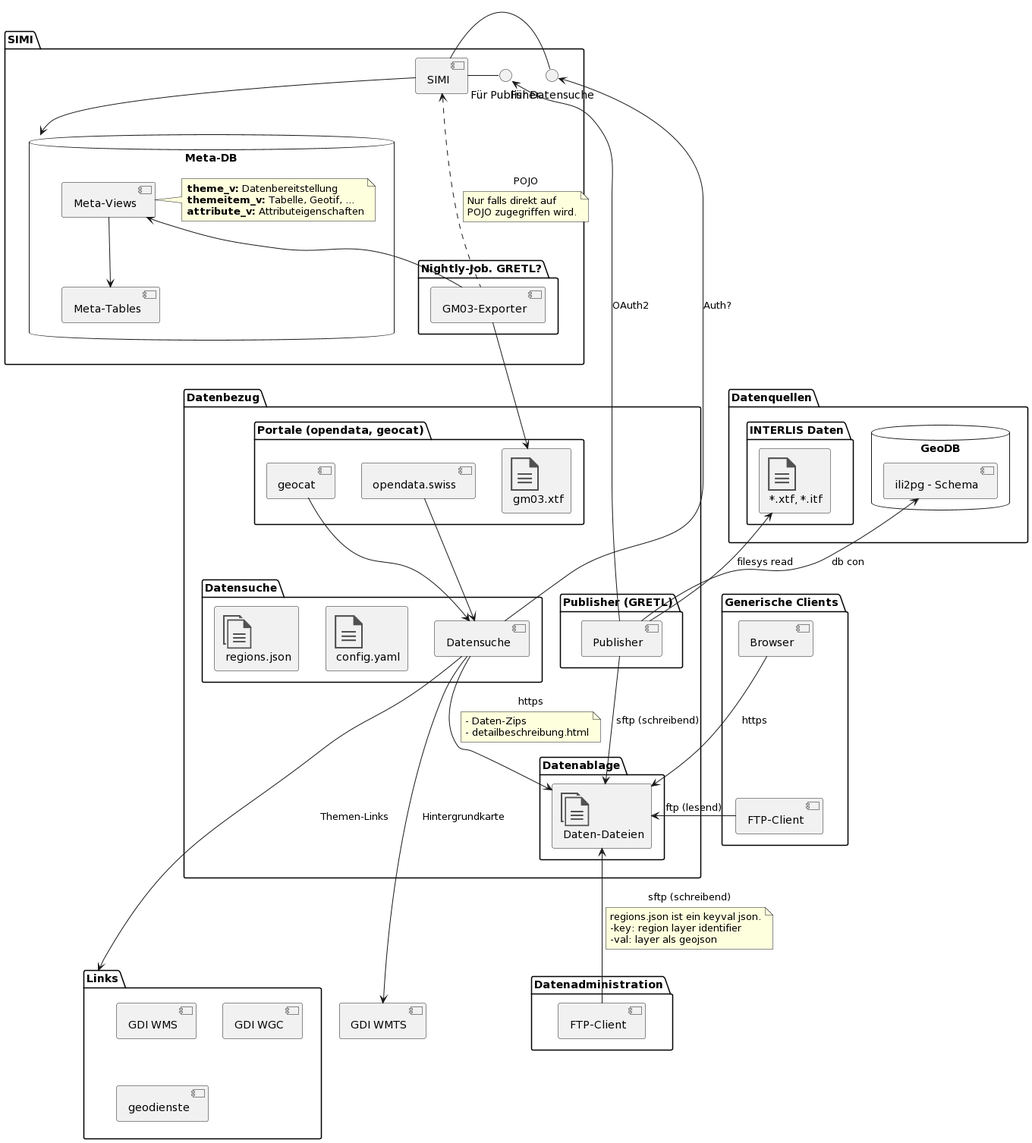
The PlantUML diagram res/uebersicht.png in sogis/p-datenbezug, before a commit.
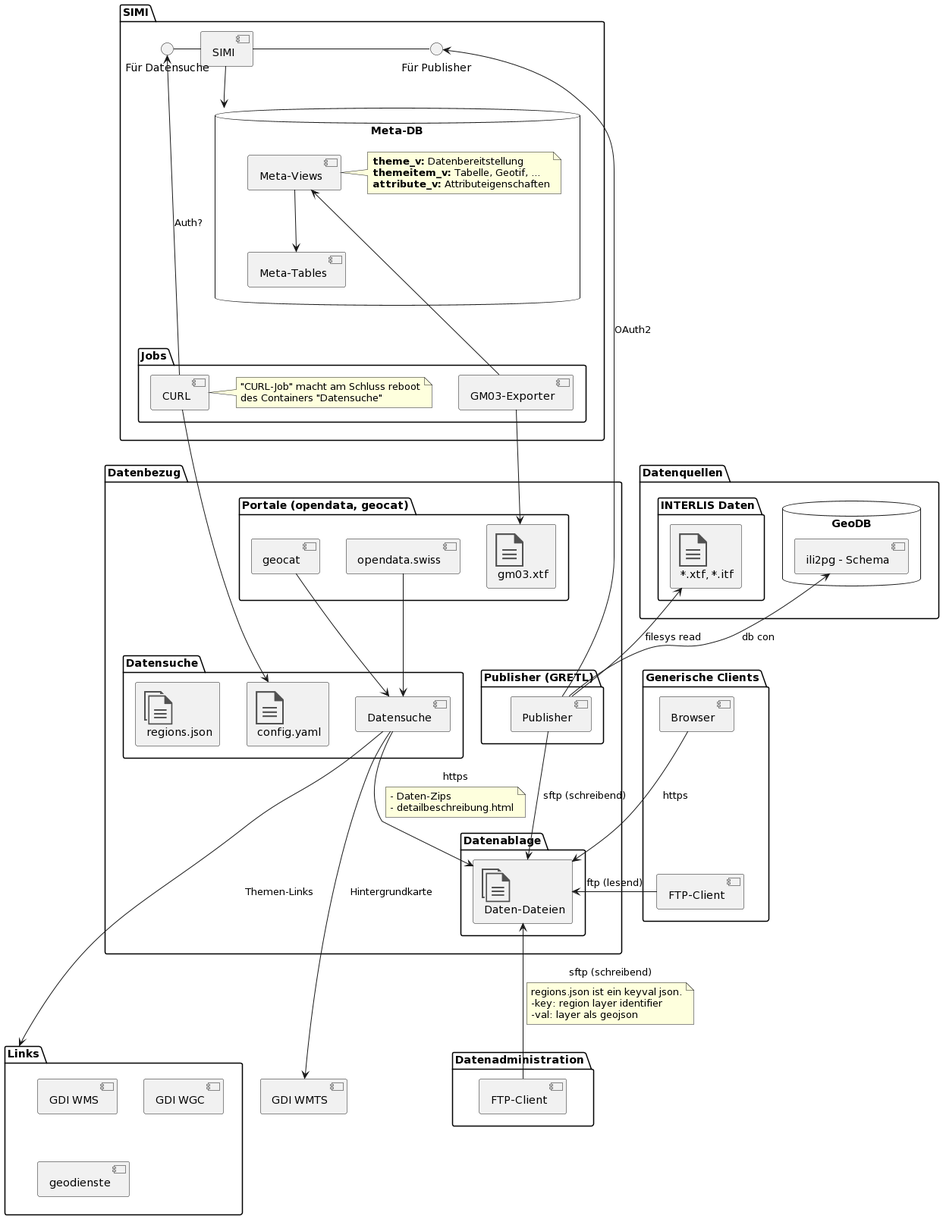
Later version of the same file.

Commit message:
update jobs in overview

Diff of the diagram source:
```diff
@@ -19,7 +19,7 @@
     [SIMI] as simi
     () papi as "Für Publisher"
     () sapi as "Für Datensuche"
-    papi - simi
+    simi - papi
     sapi - simi
 
     database "Meta-DB" as mdb {
@@ -34,18 +34,22 @@
         mv --> mtbl
     }
 
-    package "Nightly-Job. GRETL?" as nightly {
+    package "Jobs" as nightly {
         [GM03-Exporter] as mex
+        [CURL] as rex
+
+        note right of rex
+          "CURL-Job" macht am Schluss reboot
+          des Containers "Datensuche"
+        end note
     }
+
+
 
     simi --> mdb
 
-    mex -up-> mv
-    mex .up.> simi : POJO
-    note on link
-      Nur falls direkt auf
-      POJO zugegriffen wird.
-    end note
+    mex --up-> mv
+    rex --up-> sapi : Auth?
 }
 
 [GDI WMTS] as wmts
@@ -114,12 +118,11 @@
 end note
 
 mex --> gm03
+rex --> bconf
 
 od --> ds
 gc --> ds
 
 ds ---> wmts : Hintergrundkarte
 ds ---> link : Themen-Links
-
-ds -up-> sapi : Auth?
 @enduml
```
